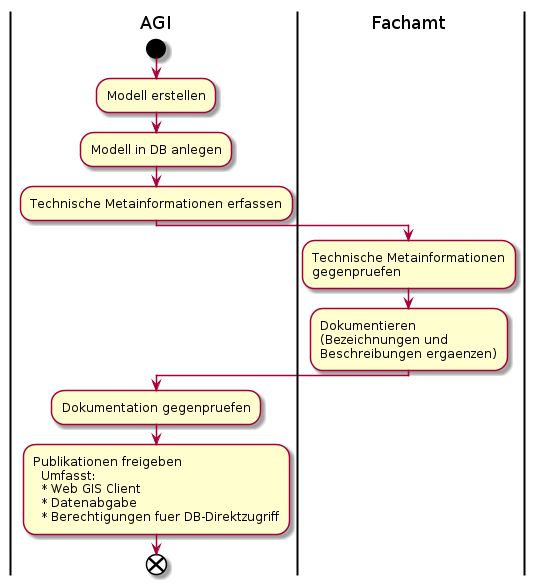
simi-so/mm keeps this PlantUML diagram as puml_output/ablauf_neu.png. Above is the earlier version. Its diagram source:
```plantuml
@startuml
|AGI|
start
:Modell erstellen;
:Modell in DB anlegen;
:Technische Metainformationen erfassen;
|Fachamt|
:Technische Metainformationen
gegenpruefen;
:Dokumentieren
(Bezeichnungen und
Beschreibungen ergaenzen);
|AGI|
:Dokumentation gegenpruefen;
:Publikationen freigeben
  Umfasst:
  * Web GIS Client
  * Datenabgabe
  * Berechtigungen fuer DB-Direktzugriff;
end
@enduml
```
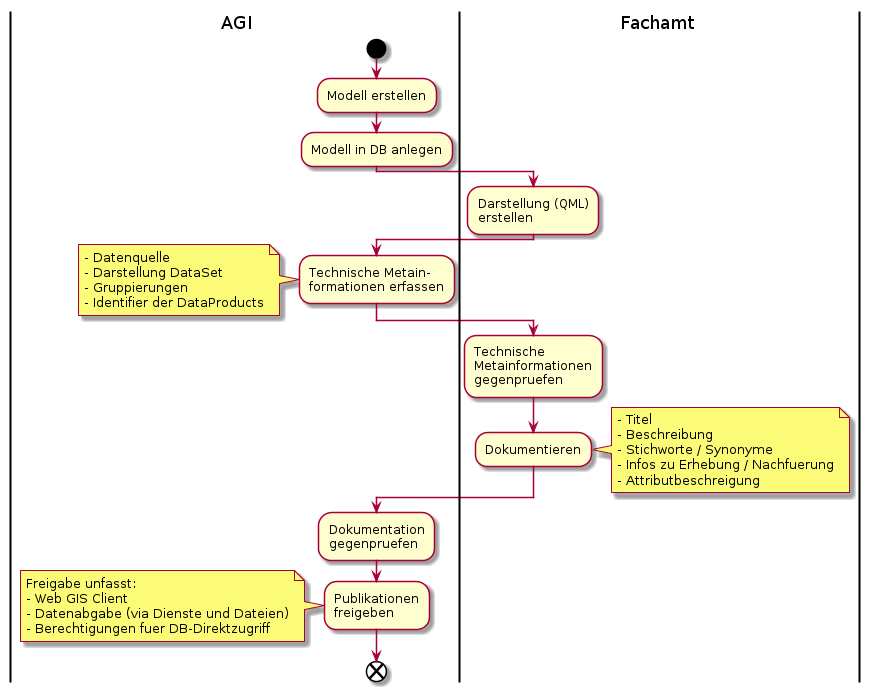
Above is the later version.

Commit message:
Verwendung Metainformationen erstellt und Dokumentstruktur angepasst

What changed in the source:
```diff
@@ -1,21 +1,54 @@
 @startuml
 |AGI|
 start
+
 :Modell erstellen;
+
 :Modell in DB anlegen;
-:Technische Metainformationen erfassen;
+
 |Fachamt|
-:Technische Metainformationen
+:Darstellung (QML)
+erstellen;
+
+|AGI|
+:Technische Metain-
+formationen erfassen;
+
+note left
+- Datenquelle
+- Darstellung DataSet
+- Gruppierungen
+- Identifier der DataProducts
+end note
+
+|Fachamt|
+:Technische
+Metainformationen
 gegenpruefen;
-:Dokumentieren
-(Bezeichnungen und
-Beschreibungen ergaenzen);
+
+:Dokumentieren;
+
+note right
+- Titel
+- Beschreibung
+- Stichworte / Synonyme
+- Infos zu Erhebung / Nachfuerung
+- Attributbeschreigung
+end note
+
 |AGI|
-:Dokumentation gegenpruefen;
-:Publikationen freigeben
-  Umfasst:
-  * Web GIS Client
-  * Datenabgabe
-  * Berechtigungen fuer DB-Direktzugriff;
+:Dokumentation
+gegenpruefen;
+
+:Publikationen
+freigeben;
+
+note left
+Freigabe unfasst:
+- Web GIS Client
+- Datenabgabe (via Dienste und Dateien)
+- Berechtigungen fuer DB-Direktzugriff
+end note
+
 end
 @enduml
```
